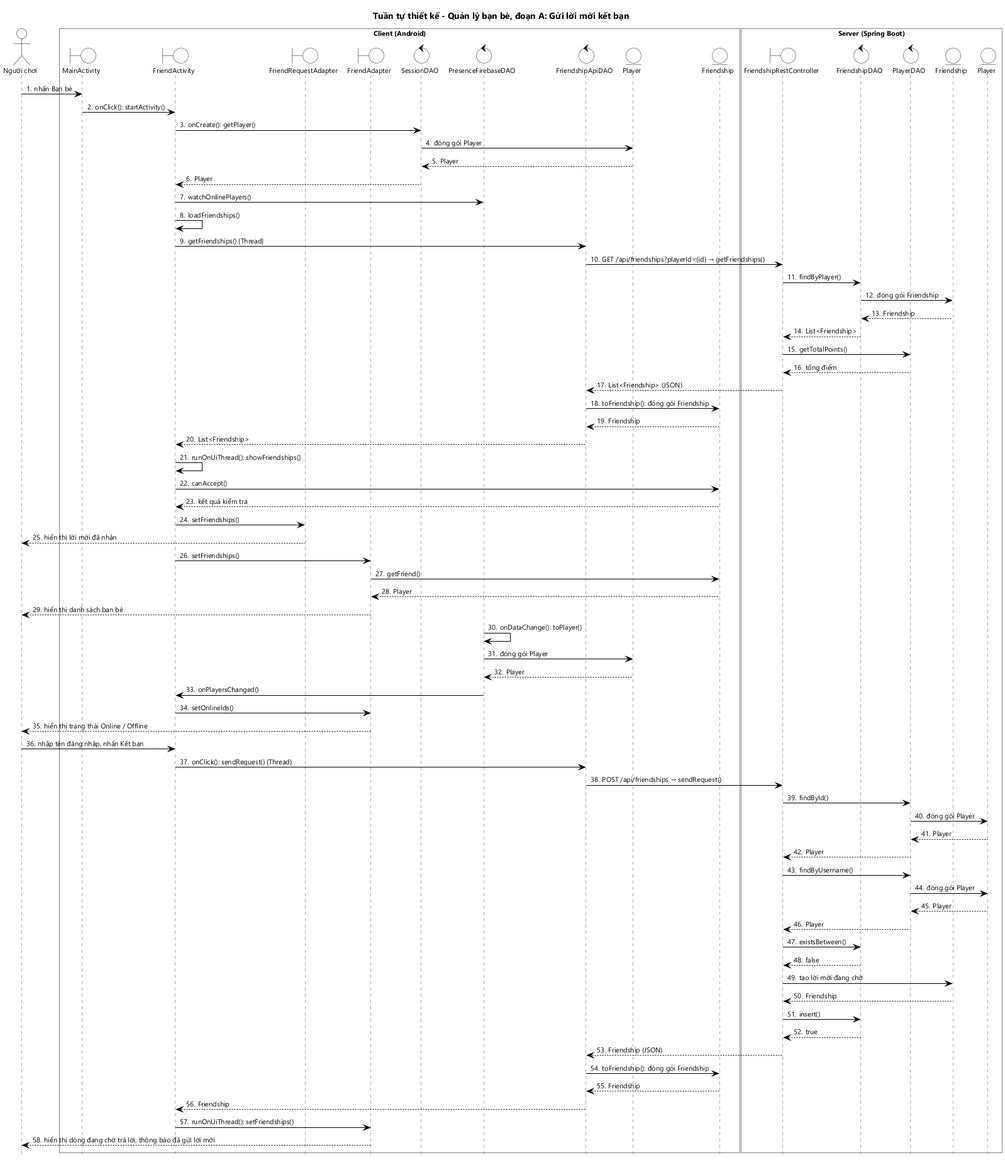
The PlantUML diagram docs/hung/tuan-tu-thiet-ke-uc07a.png in HungNguyenBa1811/math-dash, before a commit. Source of this version:
```plantuml
@startuml tuan-tu-thiet-ke-uc07a
!include _seq.iuml
title Tuần tự thiết kế - Quản lý bạn bè, đoạn A: Gửi lời mời kết bạn

actor "Người chơi" as U
box "Client (Android)" #FFFFFF
boundary MainActivity as MA
boundary FriendActivity as FA
boundary FriendRequestAdapter as FRA
boundary FriendAdapter as FAD
control SessionDAO as SD
control PresenceFirebaseDAO as PFD
control FriendshipApiDAO as FSAD
entity Player as P
entity Friendship as F
end box
box "Server (Spring Boot)" #FFFFFF
boundary "FriendshipRestController" as FRC
control "FriendshipDAO" as FD
control "PlayerDAO" as PD
entity "Friendship" as SF
entity "Player" as SP
end box

U -> MA : nhấn Bạn bè
MA -> FA : onClick(): startActivity()
FA -> SD : onCreate(): getPlayer()
SD -> P : đóng gói Player
P --> SD : Player
SD --> FA : Player
FA -> PFD : watchOnlinePlayers()
FA -> FA : loadFriendships()
FA -> FSAD : getFriendships() {Thread}
FSAD -> FRC : GET /api/friendships?playerId={id} → getFriendships()
FRC -> FD : findByPlayer()
FD -> SF : đóng gói Friendship
SF --> FD : Friendship
FD --> FRC : List<Friendship>
FRC -> PD : getTotalPoints()
PD --> FRC : tổng điểm
FRC --> FSAD : List<Friendship> (JSON)
FSAD -> F : toFriendship(): đóng gói Friendship
F --> FSAD : Friendship
FSAD --> FA : List<Friendship>
FA -> FA : runOnUiThread(): showFriendships()
FA -> F : canAccept()
F --> FA : kết quả kiểm tra
FA -> FRA : setFriendships()
FRA --> U : hiển thị lời mời đã nhận
FA -> FAD : setFriendships()
FAD -> F : getFriend()
F --> FAD : Player
FAD --> U : hiển thị danh sách bạn bè
PFD -> PFD : onDataChange(): toPlayer()
PFD -> P : đóng gói Player
P --> PFD : Player
PFD -> FA : onPlayersChanged()
FA -> FAD : setOnlineIds()
FAD --> U : hiển thị trạng thái Online / Offline
U -> FA : nhập tên đăng nhập, nhấn Kết bạn
FA -> FSAD : onClick(): sendRequest() {Thread}
FSAD -> FRC : POST /api/friendships → sendRequest()
FRC -> PD : findById()
PD -> SP : đóng gói Player
SP --> PD : Player
PD --> FRC : Player
FRC -> PD : findByUsername()
PD -> SP : đóng gói Player
SP --> PD : Player
PD --> FRC : Player
FRC -> FD : existsBetween()
FD --> FRC : false
FRC -> SF : tạo lời mời đang chờ
SF --> FRC : Friendship
FRC -> FD : insert()
FD --> FRC : true
FRC --> FSAD : Friendship (JSON)
FSAD -> F : toFriendship(): đóng gói Friendship
F --> FSAD : Friendship
FSAD --> FA : Friendship
FA -> FAD : runOnUiThread(): setFriendships()
FAD --> U : hiển thị dòng đang chờ trả lời, thông báo đã gửi lời mời
@enduml
```
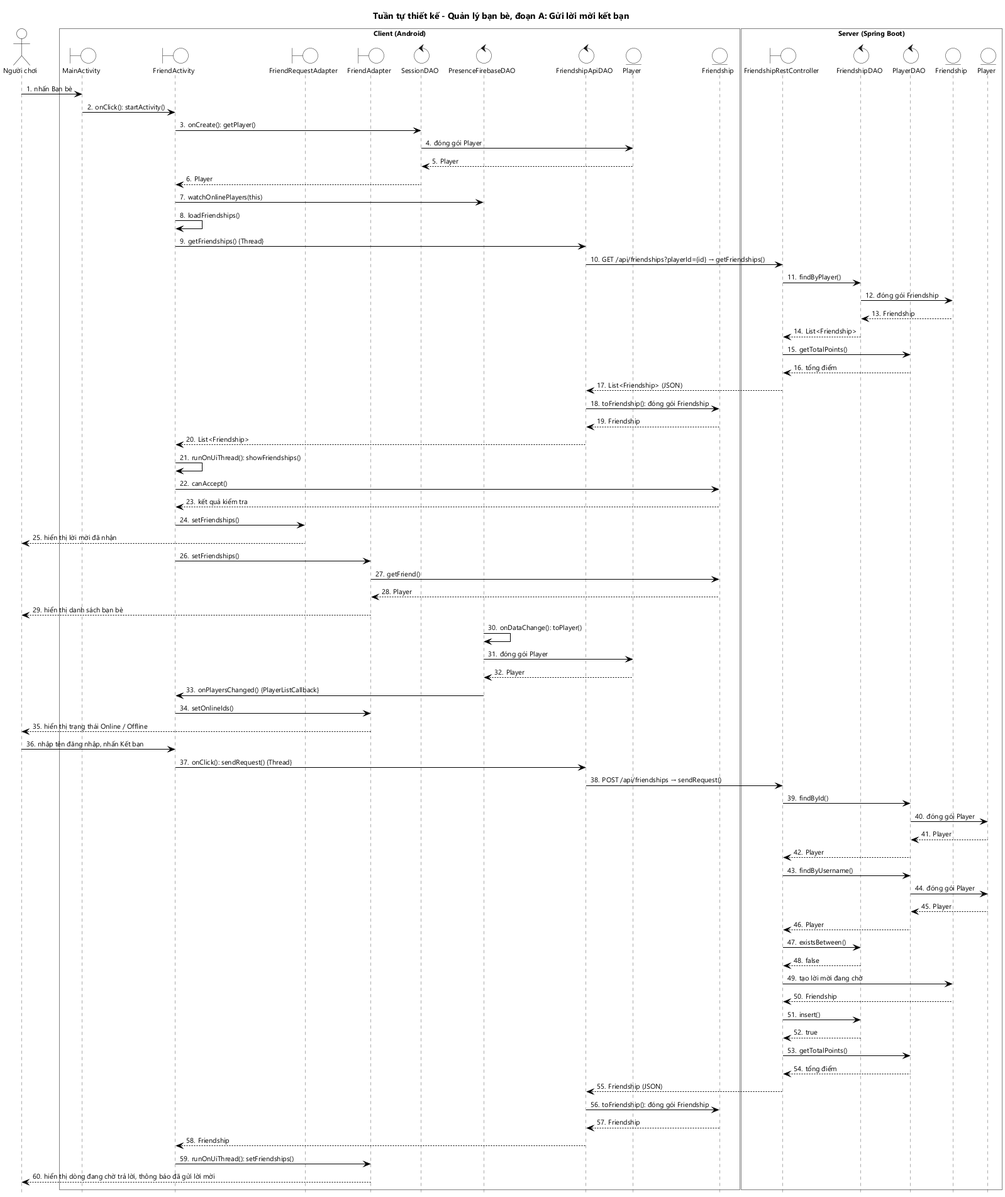
After the commit.

What changed in the source:
```diff
@@ -28,7 +28,7 @@
 SD -> P : đóng gói Player
 P --> SD : Player
 SD --> FA : Player
-FA -> PFD : watchOnlinePlayers()
+FA -> PFD : watchOnlinePlayers(this)
 FA -> FA : loadFriendships()
 FA -> FSAD : getFriendships() {Thread}
 FSAD -> FRC : GET /api/friendships?playerId={id} → getFriendships()
@@ -54,7 +54,7 @@
 PFD -> PFD : onDataChange(): toPlayer()
 PFD -> P : đóng gói Player
 P --> PFD : Player
-PFD -> FA : onPlayersChanged()
+PFD -> FA : onPlayersChanged() {PlayerListCallback}
 FA -> FAD : setOnlineIds()
 FAD --> U : hiển thị trạng thái Online / Offline
 U -> FA : nhập tên đăng nhập, nhấn Kết bạn
@@ -74,6 +74,8 @@
 SF --> FRC : Friendship
 FRC -> FD : insert()
 FD --> FRC : true
+FRC -> PD : getTotalPoints()
+PD --> FRC : tổng điểm
 FRC --> FSAD : Friendship (JSON)
 FSAD -> F : toFriendship(): đóng gói Friendship
 F --> FSAD : Friendship
```
